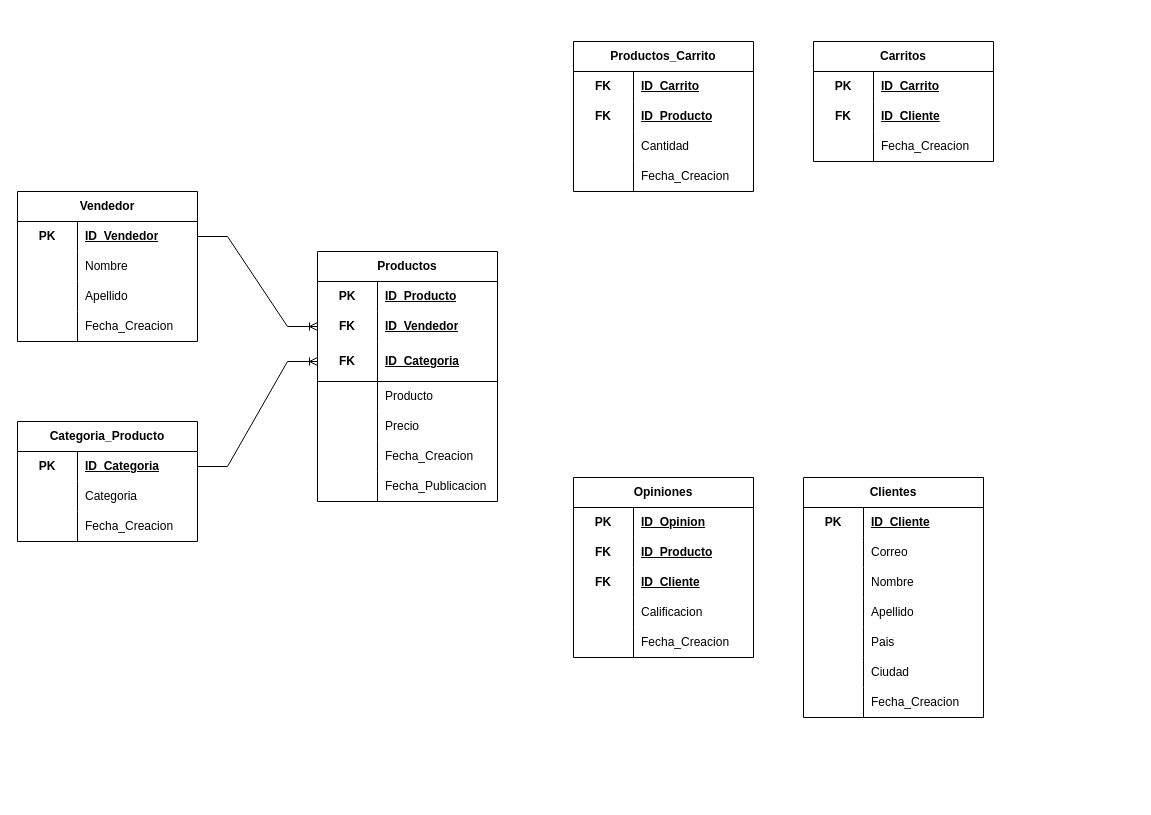
Above: Diagrama sin título.drawio in joansaal0900/CoderHouse (draw.io), before the change. Source tidied: cells renumbered, new cells numbered last; positions are measured from the earlier drawing's top-left corner, leaving out a move shared by most shapes. Both pictures are drawn from the tidied source at 100%, with x=0, y=0 at pixel (17, 41).
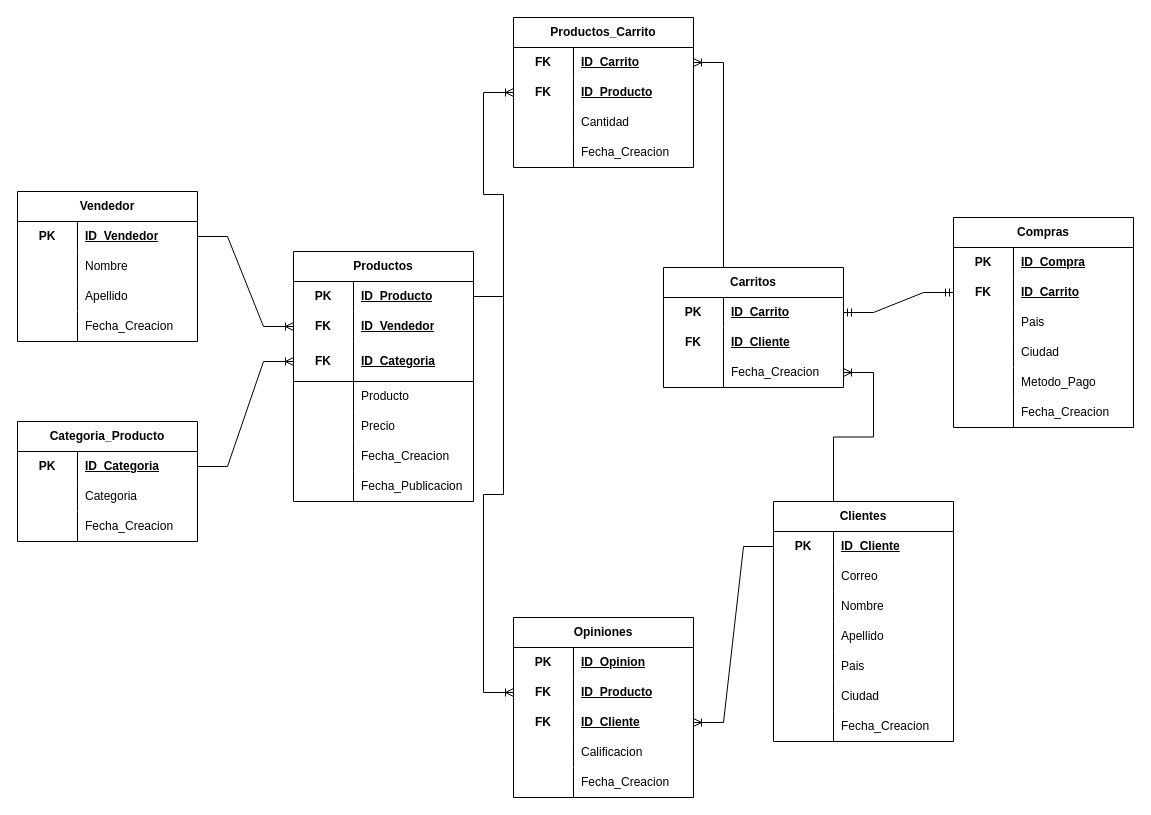
Above is the later version.

The change refers to these unchanged cells:
```xml
<mxCell id="3" style="shape=tableRow;horizontal=0;startSize=0;swimlaneHead=0;swimlaneBody=0;fillColor=none;points=[[0,0.5],[1,0.5]];portConstraint=eastwest;top=0;left=0;right=0;bottom=0;html=1;" parent="2" vertex="1">
  <mxGeometry y="30" width="180" height="30" as="geometry" />
</mxCell>
<mxCell id="50" style="shape=tableRow;horizontal=0;startSize=0;swimlaneHead=0;swimlaneBody=0;fillColor=none;points=[[0,0.5],[1,0.5]];portConstraint=eastwest;top=0;left=0;right=0;bottom=0;html=1;" parent="49" vertex="1">
  <mxGeometry y="30" width="180" height="30" as="geometry" />
</mxCell>
<mxCell id="53" style="shape=tableRow;horizontal=0;startSize=0;swimlaneHead=0;swimlaneBody=0;fillColor=none;points=[[0,0.5],[1,0.5]];portConstraint=eastwest;top=0;left=0;right=0;bottom=0;html=1;" parent="49" vertex="1">
  <mxGeometry y="60" width="180" height="30" as="geometry" />
</mxCell>
<mxCell id="66" style="shape=tableRow;horizontal=0;startSize=0;swimlaneHead=0;swimlaneBody=0;fillColor=none;points=[[0,0.5],[1,0.5]];portConstraint=eastwest;top=0;left=0;right=0;bottom=0;html=1;" parent="62" vertex="1">
  <mxGeometry y="60" width="180" height="30" as="geometry" />
</mxCell>
<mxCell id="69" style="shape=tableRow;horizontal=0;startSize=0;swimlaneHead=0;swimlaneBody=0;fillColor=none;points=[[0,0.5],[1,0.5]];portConstraint=eastwest;top=0;left=0;right=0;bottom=0;html=1;" parent="62" vertex="1">
  <mxGeometry y="90" width="180" height="30" as="geometry" />
</mxCell>
<mxCell id="79" style="shape=tableRow;horizontal=0;startSize=0;swimlaneHead=0;swimlaneBody=0;fillColor=none;points=[[0,0.5],[1,0.5]];portConstraint=eastwest;top=0;left=0;right=0;bottom=0;html=1;" parent="78" vertex="1">
  <mxGeometry y="30" width="180" height="30" as="geometry" />
</mxCell>
<mxCell id="101" style="shape=tableRow;horizontal=0;startSize=0;swimlaneHead=0;swimlaneBody=0;fillColor=none;points=[[0,0.5],[1,0.5]];portConstraint=eastwest;top=0;left=0;right=0;bottom=0;html=1;" parent="100" vertex="1">
  <mxGeometry y="30" width="180" height="30" as="geometry" />
</mxCell>
<mxCell id="107" style="shape=tableRow;horizontal=0;startSize=0;swimlaneHead=0;swimlaneBody=0;fillColor=none;points=[[0,0.5],[1,0.5]];portConstraint=eastwest;top=0;left=0;right=0;bottom=0;html=1;" parent="100" vertex="1">
  <mxGeometry y="90" width="180" height="30" as="geometry" />
</mxCell>
```

What changed in the source:
```diff
@@
     <mxCell id="2" value="Productos" style="shape=table;startSize=30;childLayout=tableLayout;rowLines=0;fontStyle=1;align=center;html=1;whiteSpace=wrap;" parent="1" vertex="1">
-      <mxGeometry x="300" y="210" width="180" height="250" as="geometry" />
+      <mxGeometry x="276" y="210" width="180" height="250" as="geometry" />
     </mxCell>
@@
     <mxCell id="49" value="Productos_Carrito" style="shape=table;startSize=30;childLayout=tableLayout;rowLines=0;fontStyle=1;align=center;html=1;whiteSpace=wrap;" parent="1" vertex="1">
-      <mxGeometry x="556" width="180" height="150" as="geometry" />
+      <mxGeometry x="496" y="-24" width="180" height="150" as="geometry" />
     </mxCell>
@@
     <mxCell id="62" value="Opiniones" style="shape=table;startSize=30;childLayout=tableLayout;rowLines=0;fontStyle=1;align=center;html=1;whiteSpace=wrap;" parent="1" vertex="1">
-      <mxGeometry x="556" y="436" width="180" height="180" as="geometry" />
+      <mxGeometry x="496" y="576" width="180" height="180" as="geometry" />
     </mxCell>
@@
     <mxCell id="78" value="Clientes" style="shape=table;startSize=30;childLayout=tableLayout;rowLines=0;fontStyle=1;align=center;html=1;whiteSpace=wrap;" parent="1" vertex="1">
-      <mxGeometry x="786" y="436" width="180" height="240" as="geometry" />
+      <mxGeometry x="756" y="460" width="180" height="240" as="geometry" />
     </mxCell>
@@
     <mxCell id="100" value="Carritos" style="shape=table;startSize=30;childLayout=tableLayout;rowLines=0;fontStyle=1;align=center;html=1;whiteSpace=wrap;" parent="1" vertex="1">
-      <mxGeometry x="796" width="180" height="120" as="geometry" />
+      <mxGeometry x="646" y="226" width="180" height="120" as="geometry" />
     </mxCell>
@@
+    <mxCell id="110" value="Compras" style="shape=table;startSize=30;childLayout=tableLayout;rowLines=0;fontStyle=1;align=center;html=1;whiteSpace=wrap;" parent="1" vertex="1">
+      <mxGeometry x="936" y="176" width="180" height="210" as="geometry" />
+    </mxCell>
+    <mxCell id="111" style="shape=tableRow;horizontal=0;startSize=0;swimlaneHead=0;swimlaneBody=0;fillColor=none;top=0;left=0;right=0;bottom=0;html=1;" parent="110" vertex="1">
+      <mxGeometry y="30" width="180" height="30" as="geometry" />
+    </mxCell>
+    <mxCell id="112" value="PK" style="shape=partialRectangle;fillColor=none;top=0;left=0;bottom=0;right=0;fontStyle=1;overflow=hidden;html=1;whiteSpace=wrap;" parent="111" vertex="1">
+      <mxGeometry width="60" height="30" as="geometry" />
+    </mxCell>
+    <mxCell id="113" value="ID_Compra" style="shape=partialRectangle;fillColor=none;top=0;left=0;bottom=0;right=0;align=left;spacingLeft=6;fontStyle=5;overflow=hidden;html=1;whiteSpace=wrap;" parent="111" vertex="1">
+      <mxGeometry x="60" width="120" height="30" as="geometry" />
+    </mxCell>
+    <mxCell id="114" style="shape=tableRow;horizontal=0;startSize=0;swimlaneHead=0;swimlaneBody=0;fillColor=none;points=[[0,0.5],[1,0.5]];portConstraint=eastwest;top=0;left=0;right=0;bottom=0;html=1;" parent="110" vertex="1">
+      <mxGeometry y="60" width="180" height="30" as="geometry" />
+    </mxCell>
+    <mxCell id="115" value="FK" style="shape=partialRectangle;fillColor=none;top=0;left=0;bottom=0;right=0;fontStyle=1;overflow=hidden;html=1;whiteSpace=wrap;" parent="114" vertex="1">
+      <mxGeometry width="60" height="30" as="geometry" />
+    </mxCell>
+    <mxCell id="116" value="ID_Carrito" style="shape=partialRectangle;fillColor=none;top=0;left=0;bottom=0;right=0;align=left;spacingLeft=6;fontStyle=5;overflow=hidden;html=1;whiteSpace=wrap;" parent="114" vertex="1">
+      <mxGeometry x="60" width="120" height="30" as="geometry" />
+    </mxCell>
+    <mxCell id="117" style="shape=tableRow;horizontal=0;startSize=0;swimlaneHead=0;swimlaneBody=0;fillColor=none;top=0;left=0;right=0;bottom=0;html=1;" parent="110" vertex="1">
+      <mxGeometry y="90" width="180" height="30" as="geometry" />
+    </mxCell>
+    <mxCell id="118" style="shape=partialRectangle;fillColor=none;top=0;left=0;bottom=0;right=0;overflow=hidden;html=1;whiteSpace=wrap;" parent="117" vertex="1">
+      <mxGeometry width="60" height="30" as="geometry" />
+    </mxCell>
+    <mxCell id="119" value="Pais" style="shape=partialRectangle;fillColor=none;top=0;left=0;bottom=0;right=0;align=left;spacingLeft=6;overflow=hidden;html=1;whiteSpace=wrap;" parent="117" vertex="1">
+      <mxGeometry x="60" width="120" height="30" as="geometry" />
+    </mxCell>
+    <mxCell id="120" style="shape=tableRow;horizontal=0;startSize=0;swimlaneHead=0;swimlaneBody=0;fillColor=none;top=0;left=0;right=0;bottom=0;html=1;" parent="110" vertex="1">
+      <mxGeometry y="120" width="180" height="30" as="geometry" />
+    </mxCell>
+    <mxCell id="121" style="shape=partialRectangle;fillColor=none;top=0;left=0;bottom=0;right=0;overflow=hidden;html=1;whiteSpace=wrap;" parent="120" vertex="1">
+      <mxGeometry width="60" height="30" as="geometry" />
+    </mxCell>
+    <mxCell id="122" value="Ciudad" style="shape=partialRectangle;fillColor=none;top=0;left=0;bottom=0;right=0;align=left;spacingLeft=6;overflow=hidden;html=1;whiteSpace=wrap;" parent="120" vertex="1">
+      <mxGeometry x="60" width="120" height="30" as="geometry" />
+    </mxCell>
+    <mxCell id="123" style="shape=tableRow;horizontal=0;startSize=0;swimlaneHead=0;swimlaneBody=0;fillColor=none;top=0;left=0;right=0;bottom=0;html=1;" parent="110" vertex="1">
+      <mxGeometry y="150" width="180" height="30" as="geometry" />
+    </mxCell>
+    <mxCell id="124" style="shape=partialRectangle;fillColor=none;top=0;left=0;bottom=0;right=0;overflow=hidden;html=1;whiteSpace=wrap;" parent="123" vertex="1">
+      <mxGeometry width="60" height="30" as="geometry" />
+    </mxCell>
+    <mxCell id="125" value="Metodo_Pago" style="shape=partialRectangle;fillColor=none;top=0;left=0;bottom=0;right=0;align=left;spacingLeft=6;overflow=hidden;html=1;whiteSpace=wrap;" parent="123" vertex="1">
+      <mxGeometry x="60" width="120" height="30" as="geometry" />
+    </mxCell>
+    <mxCell id="126" style="shape=tableRow;horizontal=0;startSize=0;swimlaneHead=0;swimlaneBody=0;fillColor=none;top=0;left=0;right=0;bottom=0;html=1;" parent="110" vertex="1">
+      <mxGeometry y="180" width="180" height="30" as="geometry" />
+    </mxCell>
+    <mxCell id="127" style="shape=partialRectangle;fillColor=none;top=0;left=0;bottom=0;right=0;overflow=hidden;html=1;whiteSpace=wrap;" parent="126" vertex="1">
+      <mxGeometry width="60" height="30" as="geometry" />
+    </mxCell>
+    <mxCell id="128" value="Fecha_Creacion" style="shape=partialRectangle;fillColor=none;top=0;left=0;bottom=0;right=0;align=left;spacingLeft=6;overflow=hidden;html=1;whiteSpace=wrap;" parent="126" vertex="1">
+      <mxGeometry x="60" width="120" height="30" as="geometry" />
+    </mxCell>
+    <mxCell id="129" style="edgeStyle=entityRelationEdgeStyle;fontSize=12;html=1;endArrow=ERoneToMany;rounded=0;exitX=1;exitY=0.5;exitDx=0;exitDy=0;entryX=0;entryY=0.5;entryDx=0;entryDy=0;" parent="1" edge="1" source="3" target="53">
+      <mxGeometry relative="1" as="geometry" />
+    </mxCell>
+    <mxCell id="130" style="edgeStyle=entityRelationEdgeStyle;fontSize=12;html=1;endArrow=ERoneToMany;rounded=0;exitX=1;exitY=0.5;exitDx=0;exitDy=0;entryX=0;entryY=0.5;entryDx=0;entryDy=0;" parent="1" edge="1" source="3" target="66">
+      <mxGeometry relative="1" as="geometry" />
+    </mxCell>
+    <mxCell id="131" style="edgeStyle=entityRelationEdgeStyle;fontSize=12;html=1;endArrow=ERoneToMany;rounded=0;exitX=0;exitY=0.5;exitDx=0;exitDy=0;entryX=1;entryY=0.5;entryDx=0;entryDy=0;" parent="1" edge="1" source="79" target="69">
+      <mxGeometry relative="1" as="geometry" />
+    </mxCell>
+    <mxCell id="132" style="edgeStyle=entityRelationEdgeStyle;fontSize=12;html=1;endArrow=ERmandOne;startArrow=ERmandOne;rounded=0;entryX=0;entryY=0.5;entryDx=0;entryDy=0;exitX=1;exitY=0.5;exitDx=0;exitDy=0;" parent="1" edge="1" source="101" target="114">
+      <mxGeometry relative="1" as="geometry" />
+    </mxCell>
+    <mxCell id="133" style="edgeStyle=entityRelationEdgeStyle;fontSize=12;html=1;endArrow=ERoneToMany;rounded=0;exitX=0.5;exitY=0;exitDx=0;exitDy=0;entryX=1;entryY=0.5;entryDx=0;entryDy=0;" parent="1" edge="1" source="100" target="50">
+      <mxGeometry relative="1" as="geometry" />
+    </mxCell>
+    <mxCell id="134" style="edgeStyle=entityRelationEdgeStyle;fontSize=12;html=1;endArrow=ERoneToMany;rounded=0;exitX=0.5;exitY=0;exitDx=0;exitDy=0;entryX=1;entryY=0.5;entryDx=0;entryDy=0;" parent="1" edge="1" source="78" target="107">
+      <mxGeometry relative="1" as="geometry" />
+    </mxCell>
```
